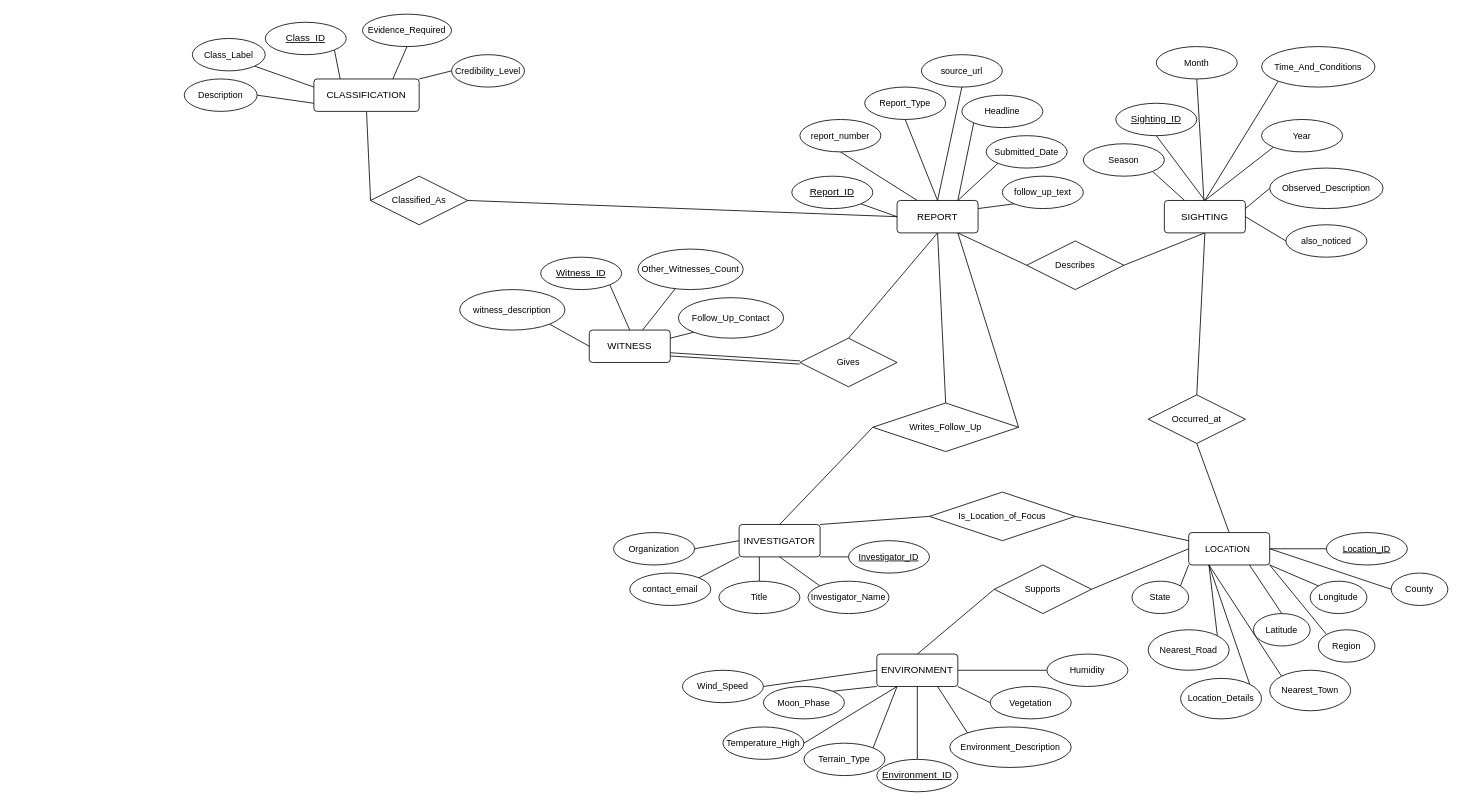
Bigfoot-In-Ass/bigfoot-sighting-db keeps this draw.io diagram as bigfoot-diagrams.drawio. Above is the earlier version. Source tidied: cells renumbered, new cells numbered last; positions are measured from the earlier drawing's top-left corner, leaving out a move shared by most shapes. Both pictures are drawn from the tidied source at 81%, with x=0, y=0 at pixel (184, 14).
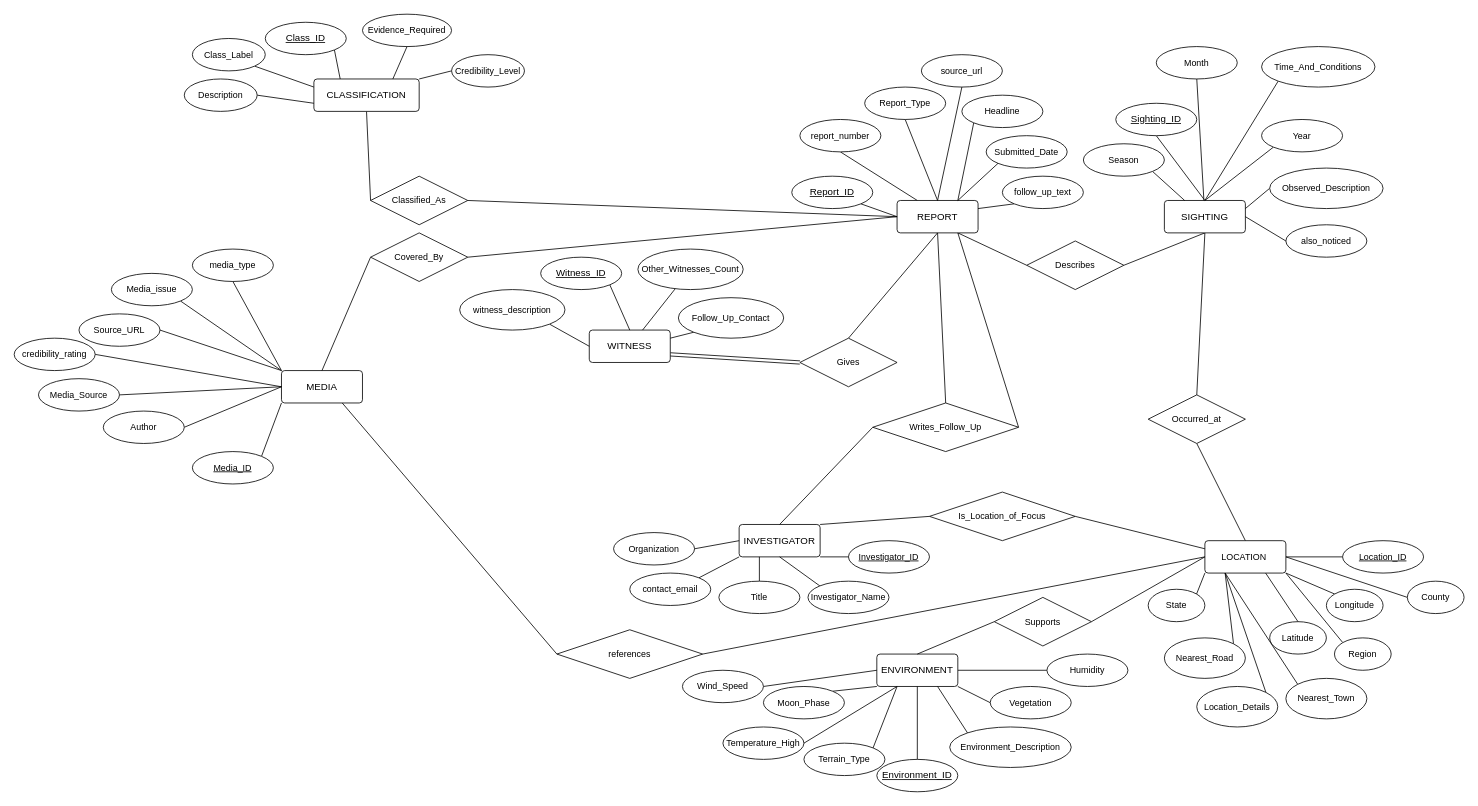
After the change.

Commit message:
resource.erd: Rough draft, ready for review NOTE: Author=Investigator?  Maybe want better naming

Unchanged cells that the change refers to:
```xml
<mxCell id="30" value="REPORT" style="rounded=1;arcSize=10;whiteSpace=wrap;html=1;align=center;" parent="28" vertex="1">
  <mxGeometry x="130" y="180" width="100" height="40" as="geometry" />
</mxCell>
<mxCell id="78" value="LOCATION&amp;nbsp;" style="rounded=1;arcSize=10;whiteSpace=wrap;html=1;align=center;fontFamily=Helvetica;fontSize=11;fontColor=default;labelBackgroundColor=default;" parent="71" vertex="1">
  <mxGeometry x="70" width="100" height="40" as="geometry" />
</mxCell>
```

Diff of the diagram source:
```diff
@@
     <mxCell id="71" style="group;" parent="1" vertex="1">
-      <mxGeometry x="1170" y="640" width="390" height="230" as="geometry" />
+      <mxGeometry x="1190" y="650" width="390" height="230" as="geometry" />
     </mxCell>
@@
     <mxCell id="92" value="Supports" style="shape=rhombus;perimeter=rhombusPerimeter;whiteSpace=wrap;html=1;align=center;fontFamily=Helvetica;fontSize=11;fontColor=default;labelBackgroundColor=default;" parent="1" vertex="1">
-      <mxGeometry x="1000" y="680" width="120" height="60" as="geometry" />
+      <mxGeometry x="1000" y="720" width="120" height="60" as="geometry" />
     </mxCell>
@@
+    <mxCell id="128" style="edgeStyle=none;shape=connector;rounded=1;html=1;exitX=0.75;exitY=1;exitDx=0;exitDy=0;entryX=0;entryY=0.5;entryDx=0;entryDy=0;strokeColor=default;align=center;verticalAlign=middle;fontFamily=Helvetica;fontSize=11;fontColor=default;labelBackgroundColor=default;endArrow=none;endFill=0;" parent="1" edge="1" source="129" target="144">
+      <mxGeometry relative="1" as="geometry" />
+    </mxCell>
+    <mxCell id="129" value="MEDIA" style="rounded=1;arcSize=10;whiteSpace=wrap;html=1;align=center;" parent="1" vertex="1">
+      <mxGeometry x="120" y="440" width="100" height="40" as="geometry" />
+    </mxCell>
+    <mxCell id="130" style="edgeStyle=none;shape=connector;rounded=1;html=1;exitX=1;exitY=0;exitDx=0;exitDy=0;entryX=0;entryY=1;entryDx=0;entryDy=0;strokeColor=default;align=center;verticalAlign=middle;fontFamily=Helvetica;fontSize=11;fontColor=default;labelBackgroundColor=default;endArrow=none;endFill=0;" parent="1" edge="1" source="131" target="129">
+      <mxGeometry relative="1" as="geometry" />
+    </mxCell>
+    <mxCell id="131" value="Media_ID" style="ellipse;whiteSpace=wrap;html=1;align=center;fontStyle=4;fontFamily=Helvetica;fontSize=11;fontColor=default;labelBackgroundColor=default;" parent="1" vertex="1">
+      <mxGeometry x="10" y="540" width="100" height="40" as="geometry" />
+    </mxCell>
+    <mxCell id="132" style="edgeStyle=none;shape=connector;rounded=1;html=1;exitX=1;exitY=0.5;exitDx=0;exitDy=0;entryX=0;entryY=0.5;entryDx=0;entryDy=0;strokeColor=default;align=center;verticalAlign=middle;fontFamily=Helvetica;fontSize=11;fontColor=default;labelBackgroundColor=default;endArrow=none;endFill=0;" parent="1" edge="1" source="133" target="129">
+      <mxGeometry relative="1" as="geometry" />
+    </mxCell>
+    <mxCell id="133" value="Author" style="ellipse;whiteSpace=wrap;html=1;align=center;fontFamily=Helvetica;fontSize=11;fontColor=default;labelBackgroundColor=default;" parent="1" vertex="1">
+      <mxGeometry x="-100" y="490" width="100" height="40" as="geometry" />
+    </mxCell>
+    <mxCell id="134" style="edgeStyle=none;shape=connector;rounded=1;html=1;exitX=1;exitY=0.5;exitDx=0;exitDy=0;strokeColor=default;align=center;verticalAlign=middle;fontFamily=Helvetica;fontSize=11;fontColor=default;labelBackgroundColor=default;endArrow=none;endFill=0;" parent="1" edge="1" source="135">
+      <mxGeometry relative="1" as="geometry">
+        <mxPoint x="120" y="460" as="targetPoint" />
+      </mxGeometry>
+    </mxCell>
+    <mxCell id="135" value="Media_Source" style="ellipse;whiteSpace=wrap;html=1;align=center;fontFamily=Helvetica;fontSize=11;fontColor=default;labelBackgroundColor=default;" parent="1" vertex="1">
+      <mxGeometry x="-180" y="450" width="100" height="40" as="geometry" />
+    </mxCell>
+    <mxCell id="136" style="edgeStyle=none;shape=connector;rounded=1;html=1;exitX=1;exitY=0.5;exitDx=0;exitDy=0;entryX=0;entryY=0;entryDx=0;entryDy=0;strokeColor=default;align=center;verticalAlign=middle;fontFamily=Helvetica;fontSize=11;fontColor=default;labelBackgroundColor=default;endArrow=none;endFill=0;" parent="1" edge="1" source="137" target="129">
+      <mxGeometry relative="1" as="geometry" />
+    </mxCell>
+    <mxCell id="137" value="Source_URL" style="ellipse;whiteSpace=wrap;html=1;align=center;fontFamily=Helvetica;fontSize=11;fontColor=default;labelBackgroundColor=default;" parent="1" vertex="1">
+      <mxGeometry x="-130" y="370" width="100" height="40" as="geometry" />
+    </mxCell>
+    <mxCell id="138" style="edgeStyle=none;shape=connector;rounded=1;html=1;exitX=1;exitY=1;exitDx=0;exitDy=0;entryX=0;entryY=0;entryDx=0;entryDy=0;strokeColor=default;align=center;verticalAlign=middle;fontFamily=Helvetica;fontSize=11;fontColor=default;labelBackgroundColor=default;endArrow=none;endFill=0;" parent="1" edge="1" source="139" target="129">
+      <mxGeometry relative="1" as="geometry" />
+    </mxCell>
+    <mxCell id="139" value="Media_issue" style="ellipse;whiteSpace=wrap;html=1;align=center;fontFamily=Helvetica;fontSize=11;fontColor=default;labelBackgroundColor=default;" parent="1" vertex="1">
+      <mxGeometry x="-90" y="320" width="100" height="40" as="geometry" />
+    </mxCell>
+    <mxCell id="140" style="edgeStyle=none;shape=connector;rounded=1;html=1;exitX=0.5;exitY=1;exitDx=0;exitDy=0;strokeColor=default;align=center;verticalAlign=middle;fontFamily=Helvetica;fontSize=11;fontColor=default;labelBackgroundColor=default;endArrow=none;endFill=0;" parent="1" edge="1" source="141">
+      <mxGeometry relative="1" as="geometry">
+        <mxPoint x="120" y="440" as="targetPoint" />
+      </mxGeometry>
+    </mxCell>
+    <mxCell id="141" value="media_type" style="ellipse;whiteSpace=wrap;html=1;align=center;fontFamily=Helvetica;fontSize=11;fontColor=default;labelBackgroundColor=default;" parent="1" vertex="1">
+      <mxGeometry x="10" y="290" width="100" height="40" as="geometry" />
+    </mxCell>
+    <mxCell id="142" style="edgeStyle=none;shape=connector;rounded=1;html=1;exitX=1;exitY=0.5;exitDx=0;exitDy=0;entryX=0;entryY=0.5;entryDx=0;entryDy=0;strokeColor=default;align=center;verticalAlign=middle;fontFamily=Helvetica;fontSize=11;fontColor=default;labelBackgroundColor=default;endArrow=none;endFill=0;" parent="1" edge="1" source="143" target="129">
+      <mxGeometry relative="1" as="geometry" />
+    </mxCell>
+    <mxCell id="143" value="credibility_rating" style="ellipse;whiteSpace=wrap;html=1;align=center;fontFamily=Helvetica;fontSize=11;fontColor=default;labelBackgroundColor=default;" parent="1" vertex="1">
+      <mxGeometry x="-210" y="400" width="100" height="40" as="geometry" />
+    </mxCell>
+    <mxCell id="144" value="references" style="shape=rhombus;perimeter=rhombusPerimeter;whiteSpace=wrap;html=1;align=center;fontFamily=Helvetica;fontSize=11;fontColor=default;labelBackgroundColor=default;" parent="1" vertex="1">
+      <mxGeometry x="460" y="760" width="180" height="60" as="geometry" />
+    </mxCell>
+    <mxCell id="145" style="edgeStyle=none;shape=connector;rounded=1;html=1;exitX=0;exitY=0.5;exitDx=0;exitDy=0;entryX=1;entryY=0.5;entryDx=0;entryDy=0;strokeColor=default;align=center;verticalAlign=middle;fontFamily=Helvetica;fontSize=11;fontColor=default;labelBackgroundColor=default;endArrow=none;endFill=0;" parent="1" edge="1" source="78" target="144">
+      <mxGeometry relative="1" as="geometry" />
+    </mxCell>
+    <mxCell id="146" style="edgeStyle=none;shape=connector;rounded=1;html=1;exitX=0;exitY=0.5;exitDx=0;exitDy=0;entryX=0.5;entryY=0;entryDx=0;entryDy=0;strokeColor=default;align=center;verticalAlign=middle;fontFamily=Helvetica;fontSize=11;fontColor=default;labelBackgroundColor=default;endArrow=none;endFill=0;" parent="1" edge="1" source="147" target="129">
+      <mxGeometry relative="1" as="geometry" />
+    </mxCell>
+    <mxCell id="147" value="Covered_By" style="shape=rhombus;perimeter=rhombusPerimeter;whiteSpace=wrap;html=1;align=center;fontFamily=Helvetica;fontSize=11;fontColor=default;labelBackgroundColor=default;" parent="1" vertex="1">
+      <mxGeometry x="230" y="270" width="120" height="60" as="geometry" />
+    </mxCell>
+    <mxCell id="148" style="edgeStyle=none;shape=connector;rounded=1;html=1;exitX=0;exitY=0.5;exitDx=0;exitDy=0;entryX=1;entryY=0.5;entryDx=0;entryDy=0;strokeColor=default;align=center;verticalAlign=middle;fontFamily=Helvetica;fontSize=11;fontColor=default;labelBackgroundColor=default;endArrow=none;endFill=0;" parent="1" edge="1" source="30" target="147">
+      <mxGeometry relative="1" as="geometry" />
+    </mxCell>
```
